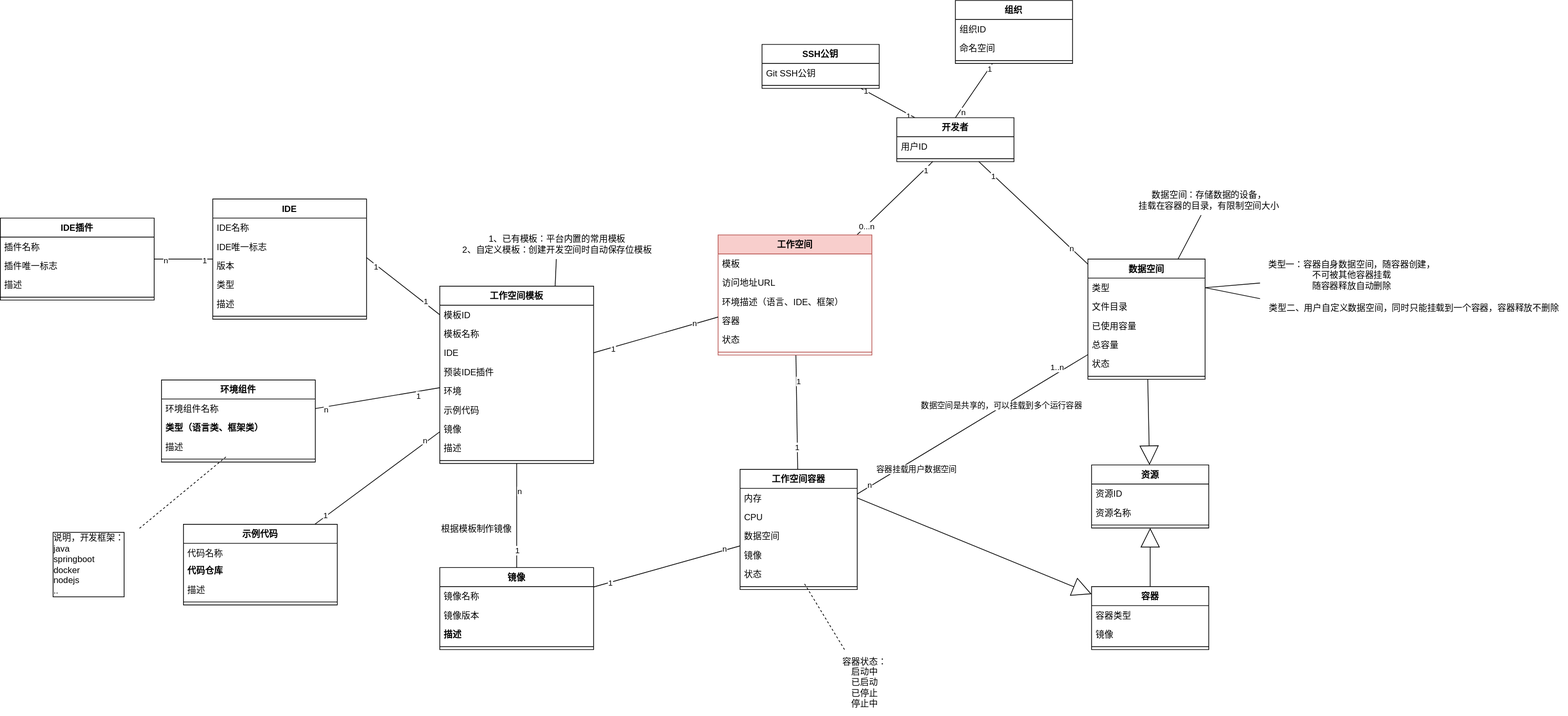
Above: domain/_media/domain001.svg in tatawind/cloud-workspace-docs (draw.io), before the change. Source tidied: cells renumbered, new cells last; positions are measured from the earlier drawing's top-left corner, leaving out a move shared by most shapes.
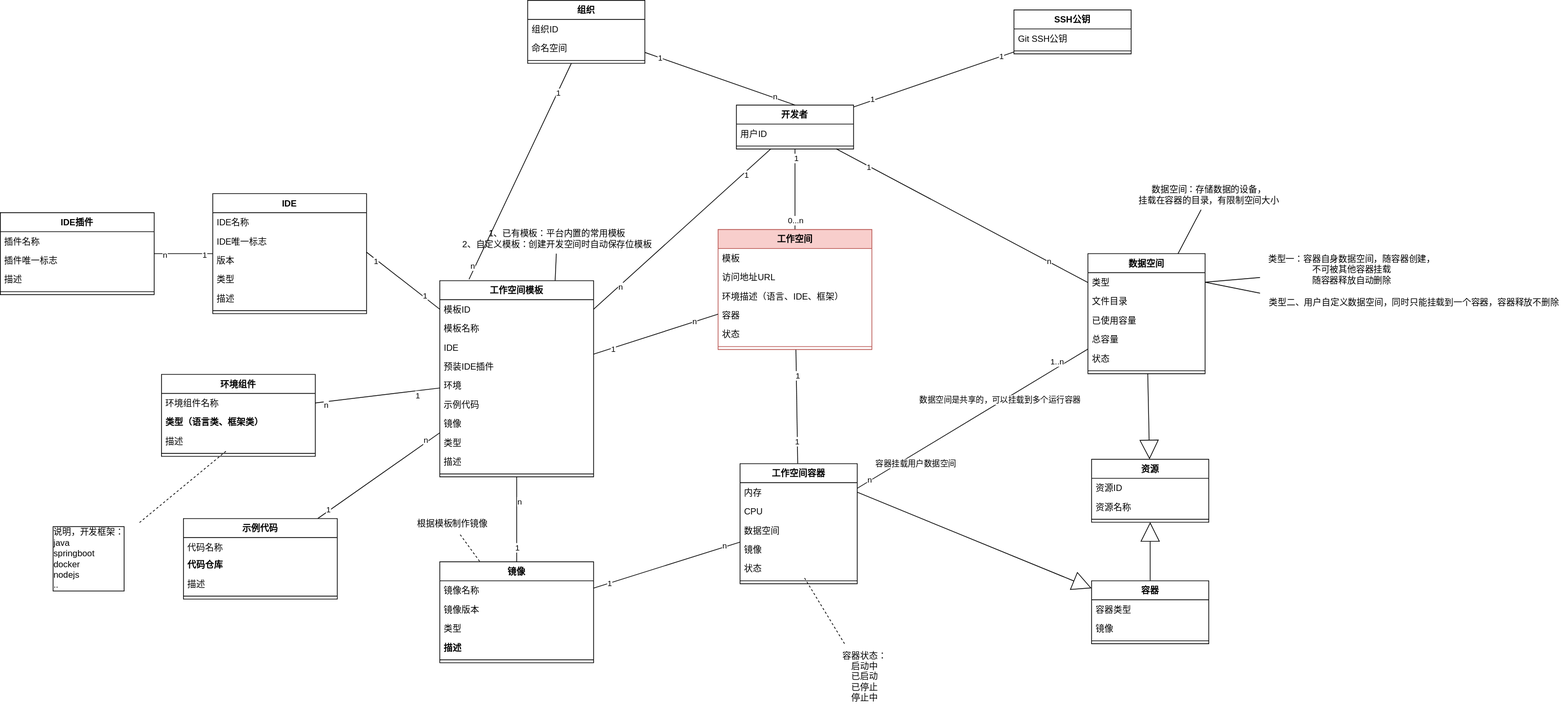
After the change.

What changed in the source:
```diff
@@ -107,8 +107,17 @@
     <mxCell id="34" value="1" style="edgeLabel;html=1;align=center;verticalAlign=middle;" parent="32" vertex="1">
       <mxGeometry x="0.84" relative="1" as="geometry" />
     </mxCell>
+    <mxCell id="135" style="edgeStyle=none;html=1;endArrow=none;endFill=0;" parent="1" edge="1" source="35" target="73">
+      <mxGeometry relative="1" as="geometry" />
+    </mxCell>
+    <mxCell id="136" value="n" style="edgeLabel;html=1;align=center;verticalAlign=middle;" parent="135" vertex="1">
+      <mxGeometry x="0.71" y="2" relative="1" as="geometry" />
+    </mxCell>
+    <mxCell id="137" value="1" style="edgeLabel;html=1;align=center;verticalAlign=middle;" parent="135" vertex="1">
+      <mxGeometry x="-0.7" y="4" relative="1" as="geometry" />
+    </mxCell>
     <mxCell id="35" value="开发者" style="swimlane;fontStyle=1;align=center;verticalAlign=top;horizontal=1;startSize=26;" parent="1" vertex="1">
-      <mxGeometry x="1224" y="160" width="160" height="60" as="geometry" />
+      <mxGeometry x="1005" y="150" width="160" height="60" as="geometry" />
     </mxCell>
     <mxCell id="36" value="用户ID" style="text;strokeColor=none;fillColor=none;align=left;verticalAlign=top;spacingLeft=4;spacingRight=4;overflow=hidden;" parent="35" vertex="1">
       <mxGeometry y="26" width="160" height="26" as="geometry" />
@@ -228,7 +237,7 @@
       <mxGeometry x="0.82" y="-2" relative="1" as="geometry" />
     </mxCell>
     <mxCell id="73" value="工作空间模板" style="swimlane;fontStyle=1;align=center;verticalAlign=top;horizontal=1;startSize=26;" parent="1" vertex="1">
-      <mxGeometry x="600" y="390" width="210" height="242" as="geometry" />
+      <mxGeometry x="600" y="390" width="210" height="268" as="geometry" />
     </mxCell>
     <mxCell id="74" value="模板ID" style="text;strokeColor=none;fillColor=none;align=left;verticalAlign=top;spacingLeft=4;spacingRight=4;overflow=hidden;points=[[0,0.5],[1,0.5]];portConstraint=eastwest;" parent="73" vertex="1">
       <mxGeometry y="26" width="210" height="26" as="geometry" />
@@ -251,14 +260,17 @@
     <mxCell id="80" value="镜像" style="text;strokeColor=none;fillColor=none;align=left;verticalAlign=top;spacingLeft=4;spacingRight=4;overflow=hidden;" parent="73" vertex="1">
       <mxGeometry y="182" width="210" height="26" as="geometry" />
     </mxCell>
+    <mxCell id="138" value="类型" style="text;strokeColor=none;fillColor=none;align=left;verticalAlign=top;spacingLeft=4;spacingRight=4;overflow=hidden;" parent="73" vertex="1">
+      <mxGeometry y="208" width="210" height="26" as="geometry" />
+    </mxCell>
     <mxCell id="81" value="描述" style="text;strokeColor=none;fillColor=none;align=left;verticalAlign=top;spacingLeft=4;spacingRight=4;overflow=hidden;" parent="73" vertex="1">
-      <mxGeometry y="208" width="210" height="26" as="geometry" />
+      <mxGeometry y="234" width="210" height="26" as="geometry" />
     </mxCell>
     <mxCell id="82" style="line;strokeWidth=1;fillColor=none;align=left;verticalAlign=middle;spacingTop=-1;spacingLeft=3;spacingRight=3;labelPosition=right;strokeColor=inherit;" parent="73" vertex="1">
-      <mxGeometry y="234" width="210" height="8" as="geometry" />
+      <mxGeometry y="260" width="210" height="8" as="geometry" />
     </mxCell>
     <mxCell id="83" value="SSH公钥" style="swimlane;fontStyle=1;align=center;verticalAlign=top;horizontal=1;startSize=26;" parent="1" vertex="1">
-      <mxGeometry x="1040" y="60" width="160" height="60" as="geometry" />
+      <mxGeometry x="1384" y="20" width="160" height="60" as="geometry" />
     </mxCell>
     <mxCell id="84" value="Git SSH公钥" style="text;strokeColor=none;fillColor=none;align=left;verticalAlign=top;spacingLeft=4;spacingRight=4;overflow=hidden;" parent="83" vertex="1">
       <mxGeometry y="26" width="160" height="26" as="geometry" />
@@ -298,8 +310,19 @@
         <mxPoint y="1" as="offset" />
       </mxGeometry>
     </mxCell>
+    <mxCell id="139" style="edgeStyle=none;html=1;entryX=0.19;entryY=-0.007;entryDx=0;entryDy=0;entryPerimeter=0;endArrow=none;endFill=0;" parent="1" edge="1" source="96" target="73">
+      <mxGeometry relative="1" as="geometry" />
+    </mxCell>
+    <mxCell id="140" value="1" style="edgeLabel;html=1;align=center;verticalAlign=middle;" parent="139" vertex="1">
+      <mxGeometry x="-0.73" y="1" relative="1" as="geometry" />
+    </mxCell>
+    <mxCell id="141" value="n" style="edgeLabel;html=1;align=center;verticalAlign=middle;" parent="139" vertex="1">
+      <mxGeometry x="0.88" y="-2" relative="1" as="geometry">
+        <mxPoint x="-2" as="offset" />
+      </mxGeometry>
+    </mxCell>
     <mxCell id="96" value="组织" style="swimlane;fontStyle=1;align=center;verticalAlign=top;horizontal=1;startSize=26;" parent="1" vertex="1">
-      <mxGeometry x="1304" width="160" height="86" as="geometry" />
+      <mxGeometry x="720" y="7" width="160" height="86" as="geometry" />
     </mxCell>
     <mxCell id="97" value="组织ID" style="text;strokeColor=none;fillColor=none;align=left;verticalAlign=top;spacingLeft=4;spacingRight=4;overflow=hidden;" parent="96" vertex="1">
       <mxGeometry y="26" width="160" height="26" as="geometry" />
@@ -311,7 +334,7 @@
       <mxGeometry y="78" width="160" height="8" as="geometry" />
     </mxCell>
     <mxCell id="100" value="镜像" style="swimlane;fontStyle=1;align=center;verticalAlign=top;horizontal=1;startSize=26;" parent="1" vertex="1">
-      <mxGeometry x="600" y="774" width="210" height="112" as="geometry" />
+      <mxGeometry x="600" y="774" width="210" height="138" as="geometry" />
     </mxCell>
     <mxCell id="101" value="镜像名称" style="text;strokeColor=none;fillColor=none;align=left;verticalAlign=top;spacingLeft=4;spacingRight=4;overflow=hidden;" parent="100" vertex="1">
       <mxGeometry y="26" width="210" height="26" as="geometry" />
@@ -319,11 +342,14 @@
     <mxCell id="102" value="镜像版本" style="text;strokeColor=none;fillColor=none;align=left;verticalAlign=top;spacingLeft=4;spacingRight=4;overflow=hidden;" parent="100" vertex="1">
       <mxGeometry y="52" width="210" height="26" as="geometry" />
     </mxCell>
+    <mxCell id="142" value="类型" style="text;strokeColor=none;fillColor=none;align=left;verticalAlign=top;spacingLeft=4;spacingRight=4;overflow=hidden;" parent="100" vertex="1">
+      <mxGeometry y="78" width="210" height="26" as="geometry" />
+    </mxCell>
     <mxCell id="103" value="描述" style="text;strokeColor=none;fillColor=none;align=left;verticalAlign=top;spacingLeft=4;spacingRight=4;overflow=hidden;fontStyle=1;" parent="100" vertex="1">
-      <mxGeometry y="78" width="210" height="26" as="geometry" />
+      <mxGeometry y="104" width="210" height="26" as="geometry" />
     </mxCell>
     <mxCell id="104" style="line;strokeWidth=1;fillColor=none;align=left;verticalAlign=middle;spacingTop=-1;spacingLeft=3;spacingRight=3;labelPosition=right;strokeColor=inherit;" parent="100" vertex="1">
-      <mxGeometry y="104" width="210" height="8" as="geometry" />
+      <mxGeometry y="130" width="210" height="8" as="geometry" />
     </mxCell>
     <mxCell id="105" value="IDE插件" style="swimlane;fontStyle=1;align=center;verticalAlign=top;horizontal=1;startSize=26;" parent="1" vertex="1">
       <mxGeometry y="297" width="210" height="112" as="geometry" />
@@ -412,8 +438,11 @@
     <mxCell id="133" value="容器状态：&lt;br&gt;启动中&lt;br&gt;已启动&lt;br&gt;已停止&lt;br&gt;停止中" style="text;html=1;align=center;verticalAlign=middle;points=[];strokeColor=none;fillColor=none;" parent="1" vertex="1">
       <mxGeometry x="1100" y="886" width="160" height="90" as="geometry" />
     </mxCell>
+    <mxCell id="143" style="edgeStyle=none;html=1;endArrow=none;endFill=0;dashed=1;" parent="1" edge="1" source="134" target="100">
+      <mxGeometry relative="1" as="geometry" />
+    </mxCell>
     <mxCell id="134" value="根据模板制作镜像" style="text;html=1;align=center;verticalAlign=middle;points=[];strokeColor=none;fillColor=none;" parent="1" vertex="1">
-      <mxGeometry x="590" y="707" width="120" height="30" as="geometry" />
+      <mxGeometry x="557" y="707" width="120" height="30" as="geometry" />
     </mxCell>
   </root>
 </mxGraphModel>
```
